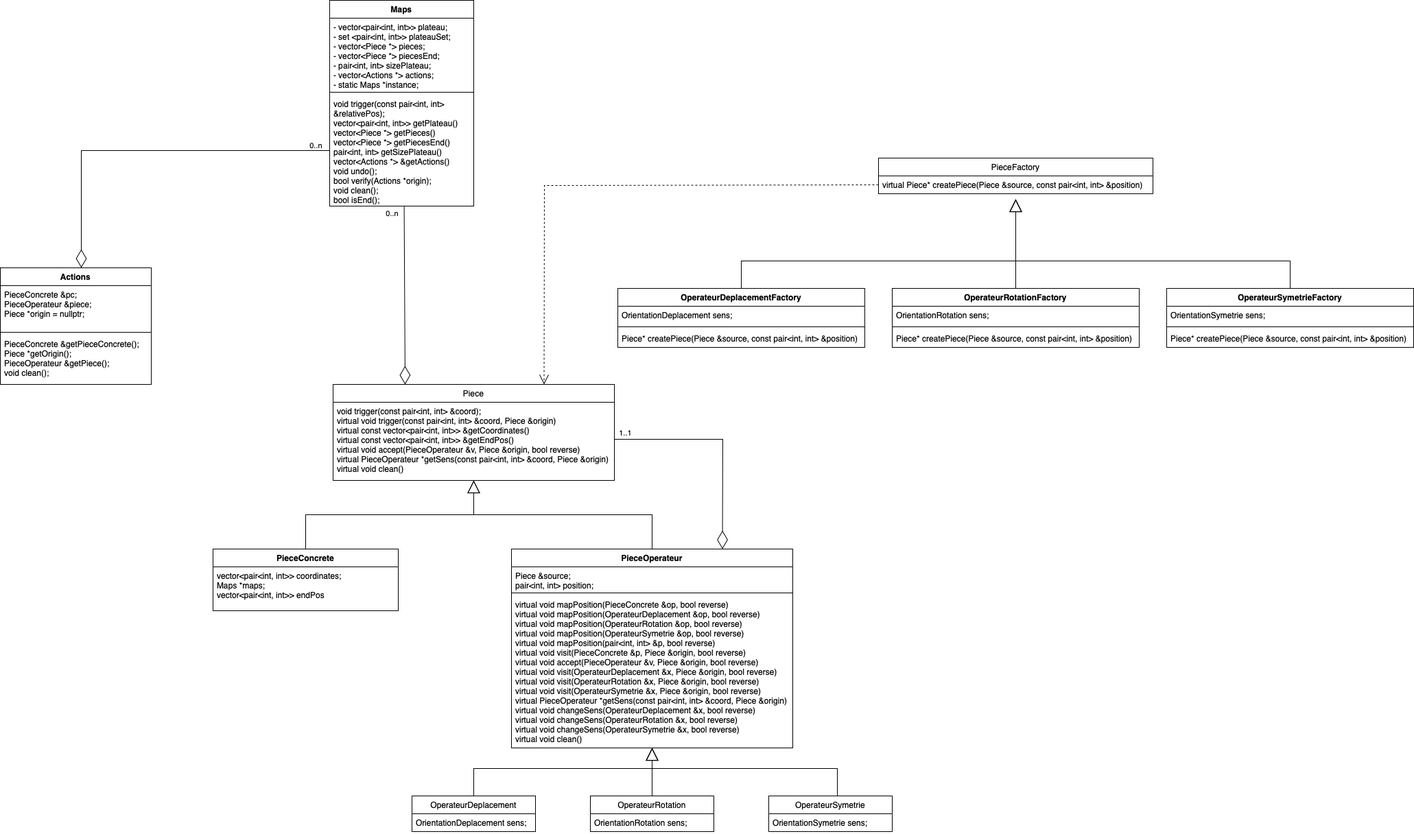
Earlier version of the draw.io export uml.drawio.png (guillaume-xue/PieceOut). Source tidied: cells renumbered, new cells last; positions are measured from the earlier drawing's top-left corner, leaving out a move shared by most shapes.
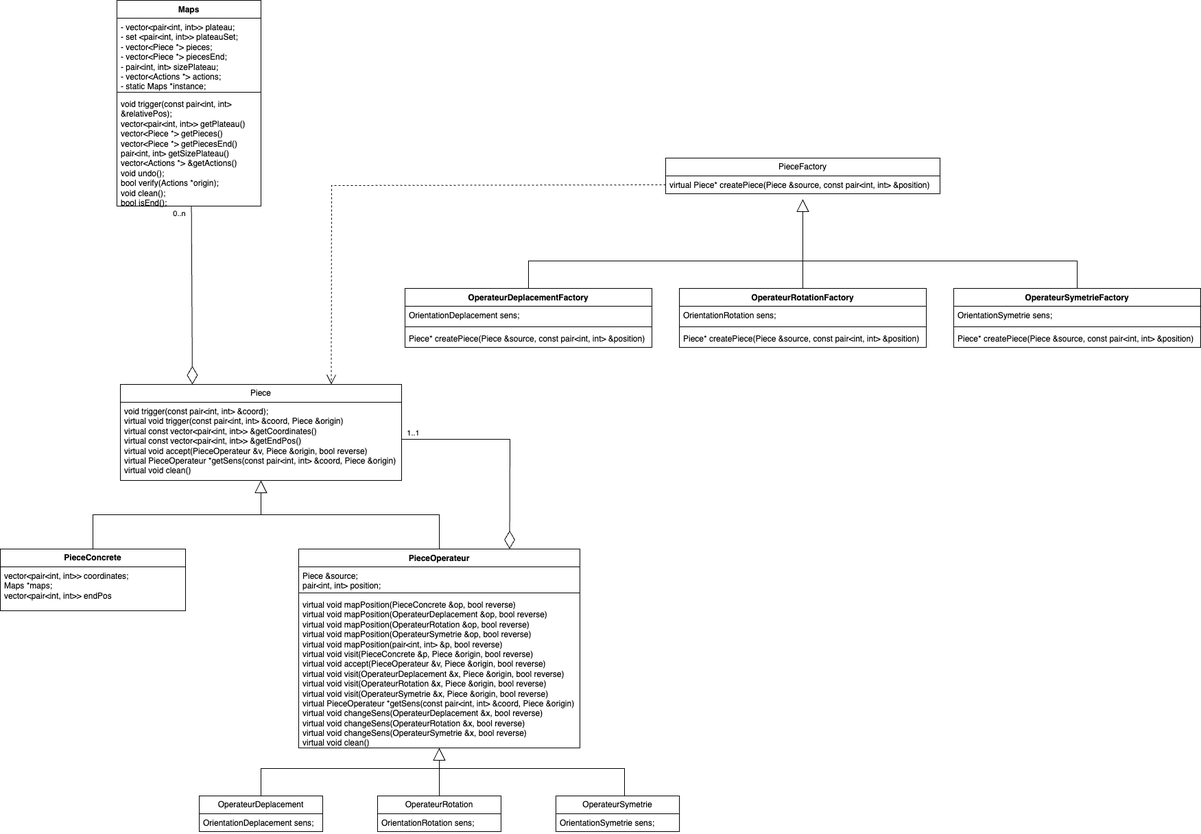
Above is the later version.

Commit message:
modif uml

Change to the diagram source:
```diff
@@ -2,18 +2,6 @@
   <root>
     <mxCell id="0" />
     <mxCell id="1" parent="0" />
-    <mxCell id="2" value="Actions" style="swimlane;fontStyle=1;align=center;verticalAlign=top;horizontal=1;startSize=26;whiteSpace=wrap;html=1;" parent="1" vertex="1">
-      <mxGeometry y="390" width="220" height="170" as="geometry" />
-    </mxCell>
-    <mxCell id="3" value="PieceConcrete &amp;amp;pc; &amp;nbsp; &amp;nbsp;&amp;nbsp;&lt;div&gt;PieceOperateur &amp;amp;piece; &amp;nbsp; &amp;nbsp;&amp;nbsp;&lt;/div&gt;&lt;div&gt;Piece *origin = nullptr;&lt;/div&gt;" style="text;strokeColor=none;fillColor=none;align=left;verticalAlign=top;spacingLeft=4;spacingRight=4;overflow=hidden;whiteSpace=wrap;html=1;" parent="2" vertex="1">
-      <mxGeometry y="26" width="220" height="64" as="geometry" />
-    </mxCell>
-    <mxCell id="4" style="line;strokeWidth=1;fillColor=none;align=left;verticalAlign=middle;spacingTop=-1;spacingLeft=3;spacingRight=3;labelPosition=right;strokeColor=inherit;" parent="2" vertex="1">
-      <mxGeometry y="90" width="220" height="8" as="geometry" />
-    </mxCell>
-    <mxCell id="5" value="PieceConcrete &amp;amp;getPieceConcrete();&lt;div&gt;Piece *getOrigin();&lt;/div&gt;&lt;div&gt;PieceOperateur &amp;amp;getPiece();&lt;/div&gt;&lt;div&gt;void clean();&lt;/div&gt;" style="text;strokeColor=none;fillColor=none;align=left;verticalAlign=top;spacingLeft=4;spacingRight=4;overflow=hidden;whiteSpace=wrap;html=1;" parent="2" vertex="1">
-      <mxGeometry y="98" width="220" height="72" as="geometry" />
-    </mxCell>
     <mxCell id="6" value="Maps" style="swimlane;fontStyle=1;align=center;verticalAlign=top;horizontal=1;startSize=26;whiteSpace=wrap;html=1;" parent="1" vertex="1">
       <mxGeometry x="480" width="210" height="300" as="geometry" />
     </mxCell>
@@ -195,19 +183,6 @@
         </Array>
       </mxGeometry>
     </mxCell>
-    <mxCell id="49" style="endArrow=diamondThin;endFill=0;endSize=24;html=1;rounded=0;entryX=0.75;entryY=0;entryDx=0;entryDy=0;exitX=0;exitY=0.5;exitDx=0;exitDy=0;" parent="1" edge="1" source="9">
-      <mxGeometry relative="1" as="geometry">
-        <mxPoint x="118" y="390" as="targetPoint" />
-        <Array as="points">
-          <mxPoint x="118" y="219" />
-        </Array>
-      </mxGeometry>
-    </mxCell>
-    <mxCell id="50" value="0..n" style="edgeLabel;html=1;align=center;verticalAlign=middle;" parent="49" vertex="1">
-      <mxGeometry x="-0.34" y="1" relative="1" as="geometry">
-        <mxPoint x="155" y="-9" as="offset" />
-      </mxGeometry>
-    </mxCell>
     <mxCell id="51" style="endArrow=diamondThin;endFill=0;endSize=24;html=1;rounded=0;entryX=0.75;entryY=0;entryDx=0;entryDy=0;exitX=0.517;exitY=1.001;exitDx=0;exitDy=0;exitPerimeter=0;" parent="1" edge="1" source="9">
       <mxGeometry relative="1" as="geometry">
         <mxPoint x="590" y="560" as="targetPoint" />
```
